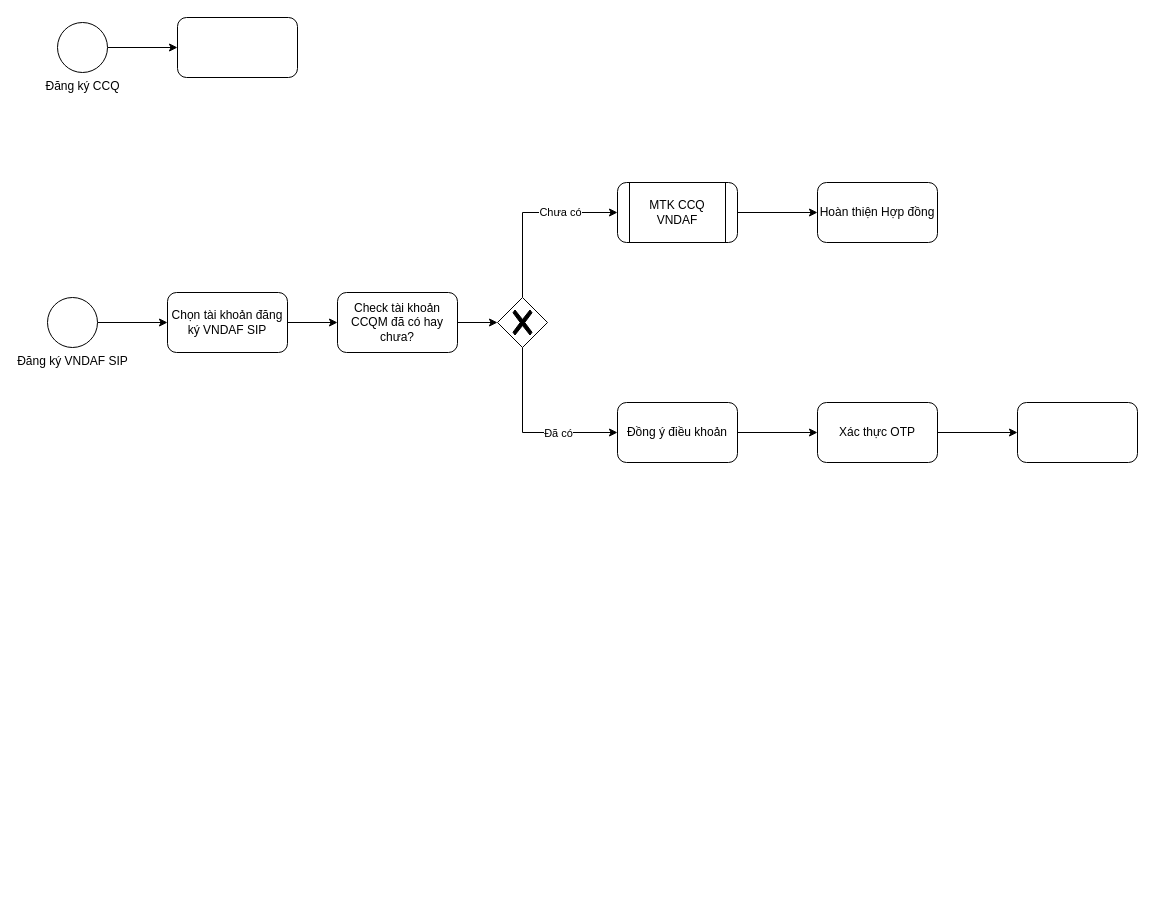
Earlier version of the draw.io diagram page "Page-4" (4 of 4) of MTK.drawio (samhp-cloud/star). Source tidied: cells renumbered, new cells numbered last; positions are measured from the earlier drawing's top-left corner, leaving out a move shared by most shapes. Both pictures are drawn from the tidied source at 100%, with x=0, y=0 at pixel (47, 17).
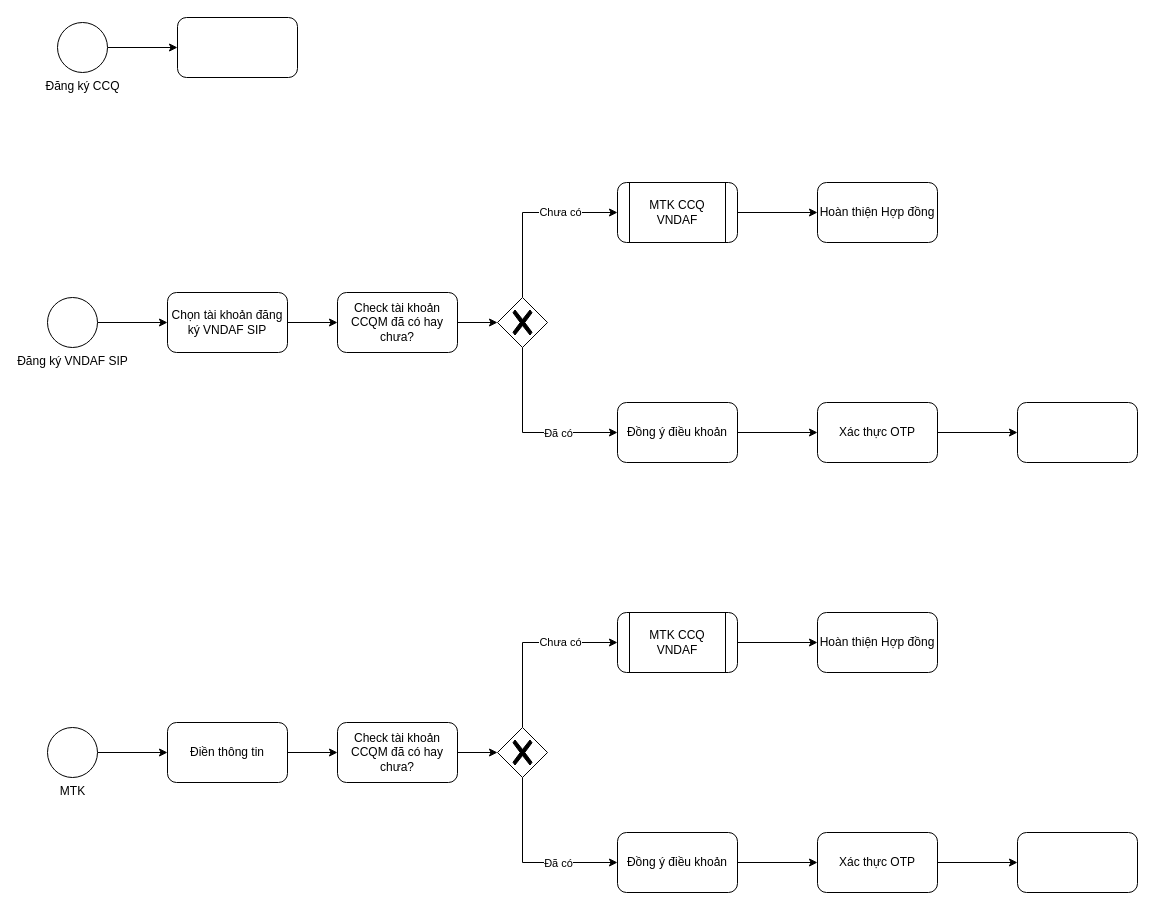
Above is the later version.

The edit, as a diff of the source:
```diff
@@
+    <mxCell id="24" style="edgeStyle=orthogonalEdgeStyle;rounded=0;jettySize=auto;html=1;exitX=1;exitY=0.5;exitDx=0;exitDy=0;exitPerimeter=0;" parent="1" edge="1" source="25" target="38">
+      <mxGeometry relative="1" as="geometry" />
+    </mxCell>
+    <mxCell id="25" value="MTK" style="points=[[0.145,0.145,0],[0.5,0,0],[0.855,0.145,0],[1,0.5,0],[0.855,0.855,0],[0.5,1,0],[0.145,0.855,0],[0,0.5,0]];shape=mxgraph.bpmn.event;html=1;verticalLabelPosition=bottom;labelBackgroundColor=#ffffff;verticalAlign=top;align=center;perimeter=ellipsePerimeter;outlineConnect=0;outline=standard;symbol=general;" parent="1" vertex="1">
+      <mxGeometry y="710" width="50" height="50" as="geometry" />
+    </mxCell>
+    <mxCell id="26" style="edgeStyle=orthogonalEdgeStyle;rounded=0;jettySize=auto;html=1;exitX=0.5;exitY=0;exitDx=0;exitDy=0;exitPerimeter=0;entryX=0;entryY=0.5;entryDx=0;entryDy=0;" parent="1" edge="1" source="30" target="34">
+      <mxGeometry relative="1" as="geometry" />
+    </mxCell>
+    <mxCell id="27" value="Chưa có" style="edgeLabel;html=1;align=center;verticalAlign=middle;" parent="26" vertex="1">
+      <mxGeometry x="0.36" y="1" relative="1" as="geometry" />
+    </mxCell>
+    <mxCell id="28" style="edgeStyle=orthogonalEdgeStyle;rounded=0;jettySize=auto;html=1;exitX=0.5;exitY=1;exitDx=0;exitDy=0;exitPerimeter=0;entryX=0;entryY=0.5;entryDx=0;entryDy=0;" parent="1" edge="1" source="30" target="36">
+      <mxGeometry relative="1" as="geometry" />
+    </mxCell>
+    <mxCell id="29" value="Đã có" style="edgeLabel;html=1;align=center;verticalAlign=middle;" parent="28" vertex="1">
+      <mxGeometry x="0.16" relative="1" as="geometry">
+        <mxPoint x="16" as="offset" />
+      </mxGeometry>
+    </mxCell>
+    <mxCell id="30" style="points=[[0.25,0.25,0],[0.5,0,0],[0.75,0.25,0],[1,0.5,0],[0.75,0.75,0],[0.5,1,0],[0.25,0.75,0],[0,0.5,0]];shape=mxgraph.bpmn.gateway2;html=1;verticalLabelPosition=bottom;labelBackgroundColor=#ffffff;verticalAlign=top;align=center;perimeter=rhombusPerimeter;outlineConnect=0;outline=none;symbol=none;gwType=exclusive;rounded=1;" parent="1" vertex="1">
+      <mxGeometry x="450" y="710" width="50" height="50" as="geometry" />
+    </mxCell>
+    <mxCell id="31" style="edgeStyle=orthogonalEdgeStyle;rounded=0;jettySize=auto;html=1;exitX=1;exitY=0.5;exitDx=0;exitDy=0;" parent="1" edge="1" source="32" target="30">
+      <mxGeometry relative="1" as="geometry" />
+    </mxCell>
+    <mxCell id="32" value="Check tài khoản CCQM đã có hay chưa?" style="whiteSpace=wrap;html=1;verticalAlign=middle;labelBackgroundColor=#ffffff;rounded=1;" parent="1" vertex="1">
+      <mxGeometry x="290" y="705" width="120" height="60" as="geometry" />
+    </mxCell>
+    <mxCell id="33" style="edgeStyle=orthogonalEdgeStyle;rounded=0;jettySize=auto;html=1;" parent="1" edge="1" source="34" target="39">
+      <mxGeometry relative="1" as="geometry" />
+    </mxCell>
+    <mxCell id="34" value="MTK CCQ VNDAF" style="shape=process;whiteSpace=wrap;html=1;backgroundOutline=1;rounded=1;verticalAlign=middle;" parent="1" vertex="1">
+      <mxGeometry x="570" y="595" width="120" height="60" as="geometry" />
+    </mxCell>
+    <mxCell id="35" style="edgeStyle=orthogonalEdgeStyle;rounded=0;jettySize=auto;html=1;" parent="1" edge="1" source="36" target="41">
+      <mxGeometry relative="1" as="geometry" />
+    </mxCell>
+    <mxCell id="36" value="Đồng ý điều khoản" style="whiteSpace=wrap;html=1;rounded=1;verticalAlign=middle;labelBackgroundColor=#ffffff;" parent="1" vertex="1">
+      <mxGeometry x="570" y="815" width="120" height="60" as="geometry" />
+    </mxCell>
+    <mxCell id="37" style="edgeStyle=orthogonalEdgeStyle;rounded=0;jettySize=auto;html=1;exitX=1;exitY=0.5;exitDx=0;exitDy=0;entryX=0;entryY=0.5;entryDx=0;entryDy=0;" parent="1" edge="1" source="38" target="32">
+      <mxGeometry relative="1" as="geometry" />
+    </mxCell>
+    <mxCell id="38" value="Điền thông tin" style="whiteSpace=wrap;html=1;verticalAlign=middle;labelBackgroundColor=#ffffff;rounded=1;" parent="1" vertex="1">
+      <mxGeometry x="120" y="705" width="120" height="60" as="geometry" />
+    </mxCell>
+    <mxCell id="39" value="Hoàn thiện Hợp đồng" style="whiteSpace=wrap;html=1;rounded=1;" parent="1" vertex="1">
+      <mxGeometry x="770" y="595" width="120" height="60" as="geometry" />
+    </mxCell>
+    <mxCell id="40" style="edgeStyle=orthogonalEdgeStyle;rounded=0;jettySize=auto;html=1;" parent="1" edge="1" source="41" target="42">
+      <mxGeometry relative="1" as="geometry" />
+    </mxCell>
+    <mxCell id="41" value="Xác thực OTP" style="whiteSpace=wrap;html=1;rounded=1;labelBackgroundColor=#ffffff;" parent="1" vertex="1">
+      <mxGeometry x="770" y="815" width="120" height="60" as="geometry" />
+    </mxCell>
+    <mxCell id="42" style="whiteSpace=wrap;html=1;rounded=1;labelBackgroundColor=#ffffff;" parent="1" vertex="1">
+      <mxGeometry x="970" y="815" width="120" height="60" as="geometry" />
+    </mxCell>
```
